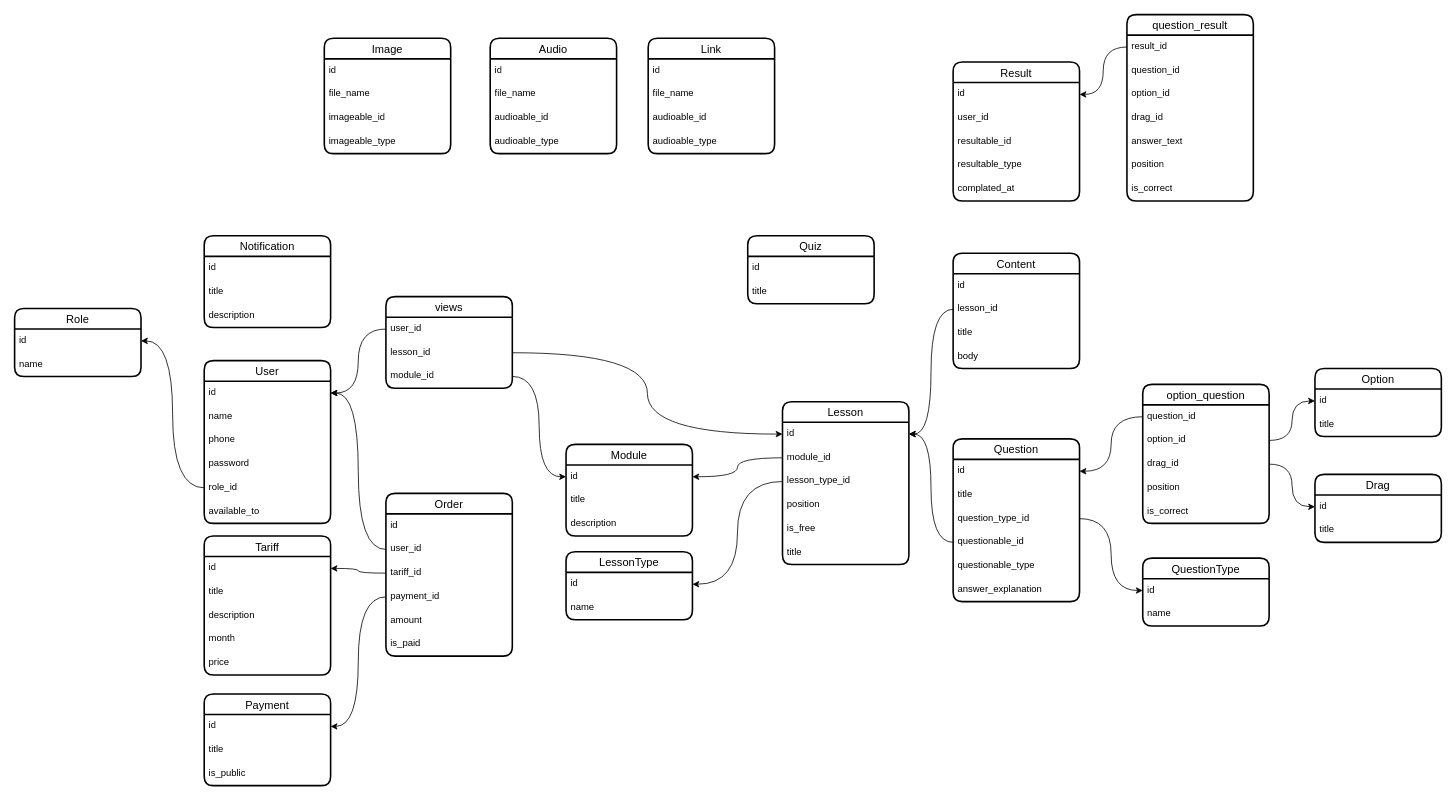
Above: karsoft-UMU.drawio in iztileuoff/databases (draw.io), before the change. Source tidied: cells renumbered, new cells numbered last; positions are measured from the earlier drawing's top-left corner, leaving out a move shared by most shapes. Both pictures are drawn from the tidied source at 79%, with x=0, y=0 at pixel (14, 14).
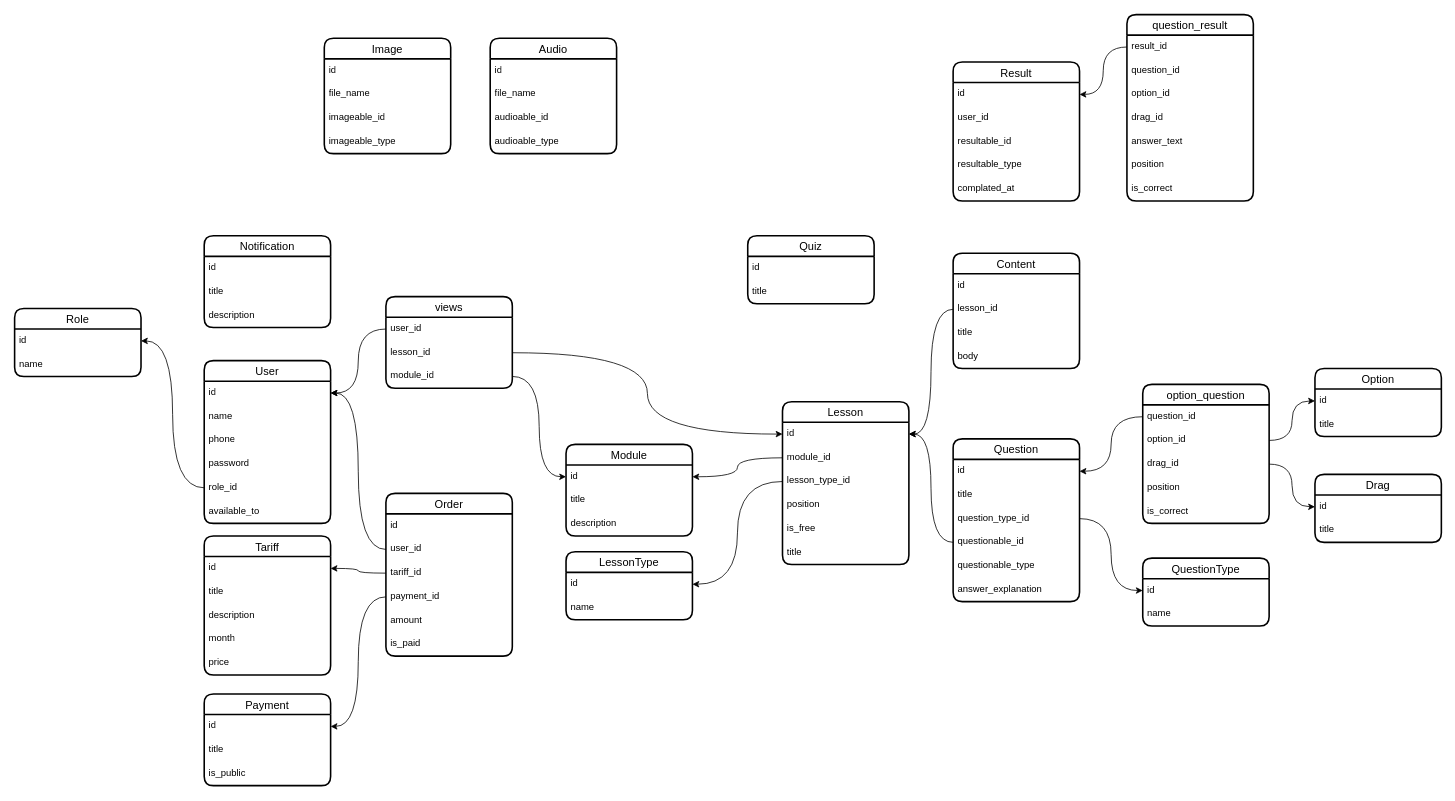
The same page after the edit.

Diff of the diagram source:
```diff
@@
-    <mxCell id="121" value="Link" style="swimlane;fontStyle=0;horizontal=1;startSize=26;align=center;fontSize=14;strokeWidth=2;rounded=1;shadow=0;glass=0;swimlaneLine=1;" parent="1" vertex="1">
-      <mxGeometry x="802" y="30" width="160" height="146" as="geometry" />
-    </mxCell>
-    <mxCell id="122" value="id" style="text;strokeColor=none;fillColor=none;spacingLeft=4;spacingRight=4;overflow=hidden;fontSize=12;whiteSpace=wrap;html=1;" parent="121" vertex="1">
-      <mxGeometry y="26" width="160" height="30" as="geometry" />
-    </mxCell>
-    <mxCell id="123" value="file_name" style="text;strokeColor=none;fillColor=none;spacingLeft=4;spacingRight=4;overflow=hidden;fontSize=12;whiteSpace=wrap;html=1;" parent="121" vertex="1">
-      <mxGeometry y="56" width="160" height="30" as="geometry" />
-    </mxCell>
-    <mxCell id="124" value="audioable_id" style="text;strokeColor=none;fillColor=none;spacingLeft=4;spacingRight=4;overflow=hidden;fontSize=12;whiteSpace=wrap;html=1;" parent="121" vertex="1">
-      <mxGeometry y="86" width="160" height="30" as="geometry" />
-    </mxCell>
-    <mxCell id="125" value="audioable_type" style="text;strokeColor=none;fillColor=none;spacingLeft=4;spacingRight=4;overflow=hidden;fontSize=12;whiteSpace=wrap;html=1;" parent="121" vertex="1">
-      <mxGeometry y="116" width="160" height="30" as="geometry" />
-    </mxCell>
```
